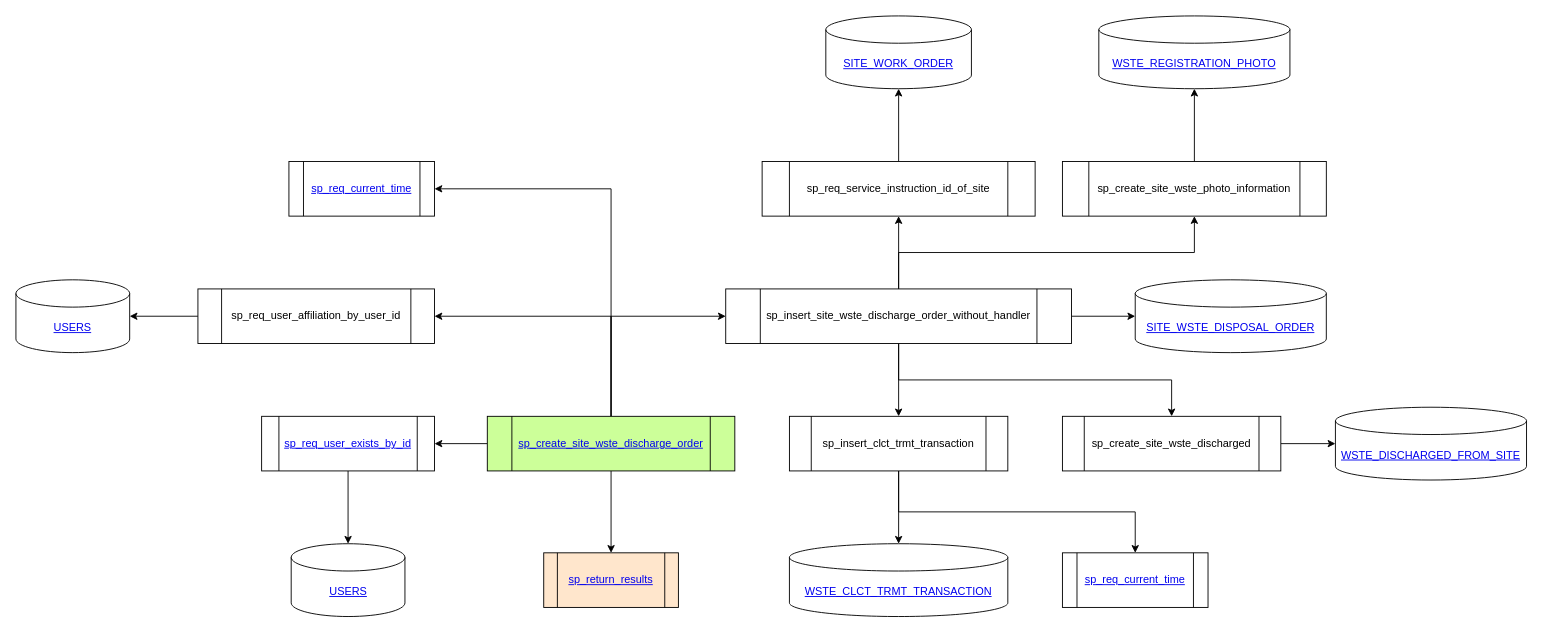
Leo-Nam/chium_draw keeps this draw.io diagram as sp_create_site_wste_discharge_order.drawio. Above is the earlier version. Source tidied: cells renumbered, new cells numbered last; positions are measured from the earlier drawing's top-left corner, leaving out a move shared by most shapes. Both pictures are drawn from the tidied source at 91%, with x=0, y=0 at pixel (15, 15).
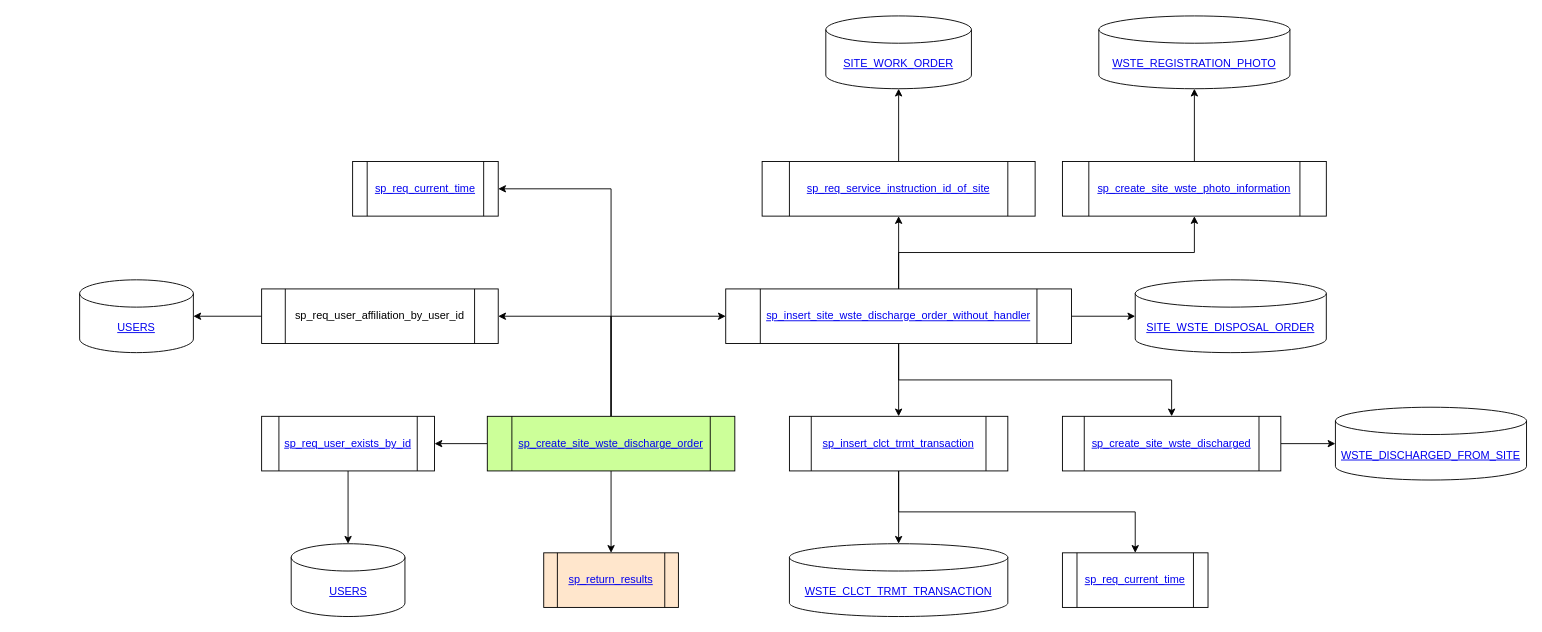
The same diagram, later.

Commit message:
sp_insert_collector_wste_lists

Change to the diagram source:
```diff
@@
     <mxCell id="9" value="&lt;a href=&quot;https://www.notion.so/sp_req_current_time-1454565caebf4d388516896cf44f081d&quot;&gt;sp_req_current_time&lt;/a&gt;" style="shape=process;whiteSpace=wrap;html=1;backgroundOutline=1;rounded=0;" parent="1" vertex="1">
-      <mxGeometry x="300" y="160" width="160" height="60" as="geometry" />
+      <mxGeometry x="370" y="160" width="160" height="60" as="geometry" />
     </mxCell>
@@
     <mxCell id="14" value="sp_req_user_affiliation_by_user_id" style="shape=process;whiteSpace=wrap;html=1;backgroundOutline=1;rounded=0;" parent="1" vertex="1">
-      <mxGeometry x="200" y="300" width="260" height="60" as="geometry" />
+      <mxGeometry x="270" y="300" width="260" height="60" as="geometry" />
     </mxCell>
@@
-    <mxCell id="20" value="sp_insert_site_wste_discharge_order_without_handler" style="shape=process;whiteSpace=wrap;html=1;backgroundOutline=1;rounded=0;" parent="1" vertex="1">
+    <mxCell id="20" value="&lt;a href=&quot;https://github.com/Leo-Nam/chium_draw/blob/master/sp_insert_site_wste_discharge_order_without_handler.drawio&quot;&gt;sp_insert_site_wste_discharge_order_without_handler&lt;/a&gt;" style="shape=process;whiteSpace=wrap;html=1;backgroundOutline=1;rounded=0;" parent="1" vertex="1">
       <mxGeometry x="780" y="300" width="380" height="60" as="geometry" />
     </mxCell>
     <mxCell id="21" value="&lt;a href=&quot;https://www.notion.so/USERS-20656cfbb07d4dedb33482dccb7d81cd&quot;&gt;USERS&lt;/a&gt;" style="shape=cylinder3;whiteSpace=wrap;html=1;boundedLbl=1;backgroundOutline=1;size=15;" parent="1" vertex="1">
-      <mxGeometry y="290" width="125" height="80" as="geometry" />
+      <mxGeometry x="70" y="290" width="125" height="80" as="geometry" />
     </mxCell>
@@
-    <mxCell id="23" value="sp_req_service_instruction_id_of_site" style="shape=process;whiteSpace=wrap;html=1;backgroundOutline=1;rounded=0;" parent="1" vertex="1">
+    <mxCell id="23" value="&lt;a href=&quot;https://github.com/Leo-Nam/chium_draw/blob/master/sp_req_service_instruction_id_of_site.drawio&quot;&gt;sp_req_service_instruction_id_of_site&lt;/a&gt;" style="shape=process;whiteSpace=wrap;html=1;backgroundOutline=1;rounded=0;" parent="1" vertex="1">
       <mxGeometry x="820" y="160" width="300" height="60" as="geometry" />
     </mxCell>
@@
-    <mxCell id="27" value="sp_insert_clct_trmt_transaction" style="shape=process;whiteSpace=wrap;html=1;backgroundOutline=1;rounded=0;" parent="1" vertex="1">
+    <mxCell id="27" value="&lt;a href=&quot;https://github.com/Leo-Nam/chium_draw/blob/master/sp_insert_clct_trmt_transaction.drawio&quot;&gt;sp_insert_clct_trmt_transaction&lt;/a&gt;" style="shape=process;whiteSpace=wrap;html=1;backgroundOutline=1;rounded=0;" parent="1" vertex="1">
       <mxGeometry x="850" y="440" width="240" height="60" as="geometry" />
     </mxCell>
@@
-    <mxCell id="29" value="sp_create_site_wste_discharged" style="shape=process;whiteSpace=wrap;html=1;backgroundOutline=1;rounded=0;" parent="1" vertex="1">
+    <mxCell id="29" value="&lt;a href=&quot;https://github.com/Leo-Nam/chium_draw/blob/master/sp_create_site_wste_discharged.drawio&quot;&gt;sp_create_site_wste_discharged&lt;/a&gt;" style="shape=process;whiteSpace=wrap;html=1;backgroundOutline=1;rounded=0;" parent="1" vertex="1">
       <mxGeometry x="1150" y="440" width="240" height="60" as="geometry" />
     </mxCell>
@@
-    <mxCell id="31" value="sp_create_site_wste_photo_information" style="shape=process;whiteSpace=wrap;html=1;backgroundOutline=1;rounded=0;" parent="1" vertex="1">
+    <mxCell id="31" value="&lt;a href=&quot;https://github.com/Leo-Nam/chium_draw/blob/master/sp_create_site_wste_photo_information.drawio&quot;&gt;sp_create_site_wste_photo_information&lt;/a&gt;" style="shape=process;whiteSpace=wrap;html=1;backgroundOutline=1;rounded=0;" parent="1" vertex="1">
       <mxGeometry x="1150" y="160" width="290" height="60" as="geometry" />
     </mxCell>
```
